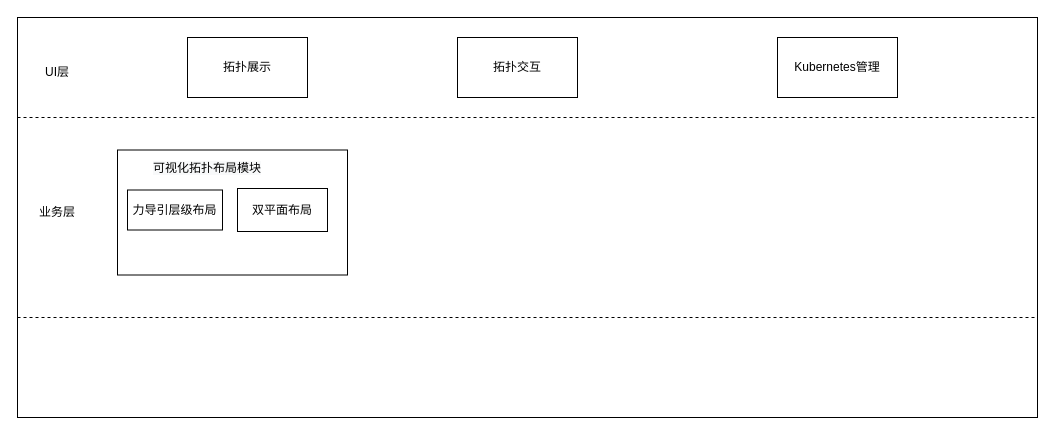
This is 未命名绘图.drawio from lvxiansen/drawio, a draw.io file, before an edit. Source tidied: cells renumbered, new cells numbered last; positions are measured from the earlier drawing's top-left corner, leaving out a move shared by most shapes. Both pictures are drawn from the tidied source at 100%, with x=0, y=0 at pixel (17, 17).
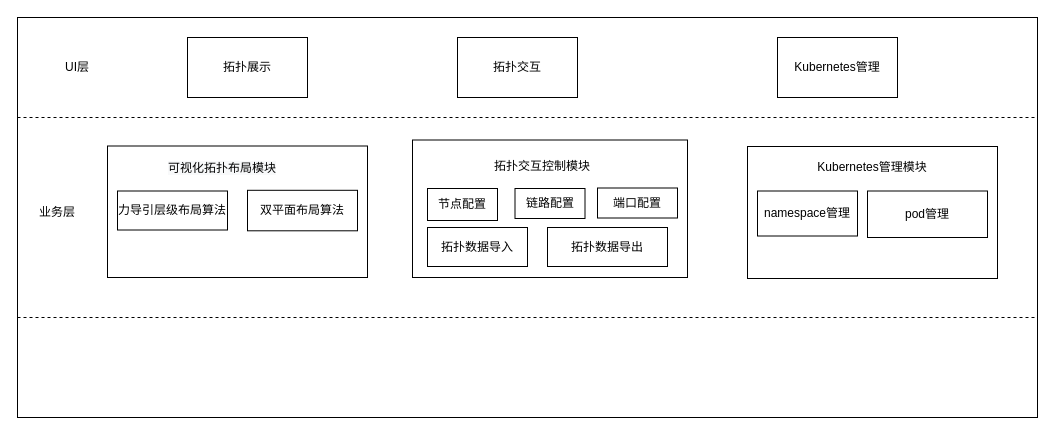
Above is the later version.

Commit message (it also covers changes not shown here):
更新未命名绘图.drawio

What changed in the source:
```diff
@@
     <mxCell id="4" value="UI层&lt;br&gt;" style="text;html=1;strokeColor=none;fillColor=none;align=center;verticalAlign=middle;whiteSpace=wrap;rounded=0;" parent="1" vertex="1">
-      <mxGeometry x="10" y="40" width="60" height="30" as="geometry" />
+      <mxGeometry x="30" y="35" width="60" height="30" as="geometry" />
     </mxCell>
@@
     <mxCell id="10" style="rounded=0;whiteSpace=wrap;html=1;" parent="1" vertex="1">
-      <mxGeometry x="100" y="132.5" width="230" height="125" as="geometry" />
+      <mxGeometry x="90" y="128.5" width="260" height="131.5" as="geometry" />
     </mxCell>
     <mxCell id="11" value="&lt;br&gt;&lt;span style=&quot;color: rgb(0, 0, 0); font-family: Helvetica; font-size: 12px; font-style: normal; font-variant-ligatures: normal; font-variant-caps: normal; font-weight: 400; letter-spacing: normal; orphans: 2; text-align: center; text-indent: 0px; text-transform: none; widows: 2; word-spacing: 0px; -webkit-text-stroke-width: 0px; background-color: rgb(248, 249, 250); text-decoration-thickness: initial; text-decoration-style: initial; text-decoration-color: initial; float: none; display: inline !important;&quot;&gt;可视化拓扑布局模块&lt;/span&gt;&lt;br&gt;" style="text;html=1;strokeColor=none;fillColor=none;align=center;verticalAlign=middle;whiteSpace=wrap;rounded=0;" parent="1" vertex="1">
-      <mxGeometry x="135" y="137.5" width="110" height="10" as="geometry" />
+      <mxGeometry x="150" y="137.5" width="110" height="10" as="geometry" />
     </mxCell>
-    <mxCell id="12" value="力导引层级布局" style="rounded=0;whiteSpace=wrap;html=1;" parent="1" vertex="1">
-      <mxGeometry x="110" y="172.5" width="95" height="40" as="geometry" />
+    <mxCell id="12" value="力导引层级布局算法" style="rounded=0;whiteSpace=wrap;html=1;" parent="1" vertex="1">
+      <mxGeometry x="100" y="173.5" width="110" height="39" as="geometry" />
     </mxCell>
-    <mxCell id="13" value="双平面布局" style="rounded=0;whiteSpace=wrap;html=1;" parent="1" vertex="1">
-      <mxGeometry x="220" y="171" width="90" height="43" as="geometry" />
+    <mxCell id="13" value="双平面布局算法" style="rounded=0;whiteSpace=wrap;html=1;" parent="1" vertex="1">
+      <mxGeometry x="230" y="172.8" width="110" height="40.5" as="geometry" />
     </mxCell>
+    <mxCell id="14" style="rounded=0;whiteSpace=wrap;html=1;" parent="1" vertex="1">
+      <mxGeometry x="395" y="122.5" width="275" height="137.5" as="geometry" />
+    </mxCell>
+    <mxCell id="15" value="拓扑交互控制模块" style="text;html=1;strokeColor=none;fillColor=none;align=center;verticalAlign=middle;whiteSpace=wrap;rounded=0;" parent="1" vertex="1">
+      <mxGeometry x="470" y="137.5" width="110" height="22" as="geometry" />
+    </mxCell>
+    <mxCell id="16" value="节点配置" style="rounded=0;whiteSpace=wrap;html=1;" parent="1" vertex="1">
+      <mxGeometry x="410" y="171" width="70" height="32" as="geometry" />
+    </mxCell>
+    <mxCell id="17" value="链路配置" style="rounded=0;whiteSpace=wrap;html=1;" parent="1" vertex="1">
+      <mxGeometry x="497.5" y="171" width="70" height="30" as="geometry" />
+    </mxCell>
+    <mxCell id="18" value="端口配置" style="rounded=0;whiteSpace=wrap;html=1;" parent="1" vertex="1">
+      <mxGeometry x="580" y="170.5" width="80" height="30" as="geometry" />
+    </mxCell>
+    <mxCell id="19" value="拓扑数据导入" style="rounded=0;whiteSpace=wrap;html=1;" parent="1" vertex="1">
+      <mxGeometry x="410" y="210" width="100" height="39" as="geometry" />
+    </mxCell>
+    <mxCell id="20" value="拓扑数据导出" style="rounded=0;whiteSpace=wrap;html=1;" parent="1" vertex="1">
+      <mxGeometry x="530" y="210" width="120" height="39" as="geometry" />
+    </mxCell>
+    <mxCell id="21" style="rounded=0;whiteSpace=wrap;html=1;" parent="1" vertex="1">
+      <mxGeometry x="730" y="129" width="250" height="132" as="geometry" />
+    </mxCell>
+    <mxCell id="22" value="namespace管理" style="rounded=0;whiteSpace=wrap;html=1;" parent="1" vertex="1">
+      <mxGeometry x="740" y="173.5" width="100" height="45" as="geometry" />
+    </mxCell>
+    <mxCell id="23" value="Kubernetes管理模块" style="text;html=1;strokeColor=none;fillColor=none;align=center;verticalAlign=middle;whiteSpace=wrap;rounded=0;" parent="1" vertex="1">
+      <mxGeometry x="795" y="140.5" width="120" height="19" as="geometry" />
+    </mxCell>
+    <mxCell id="24" value="pod管理" style="rounded=0;whiteSpace=wrap;html=1;" parent="1" vertex="1">
+      <mxGeometry x="850" y="173.5" width="120" height="46.5" as="geometry" />
+    </mxCell>
```
